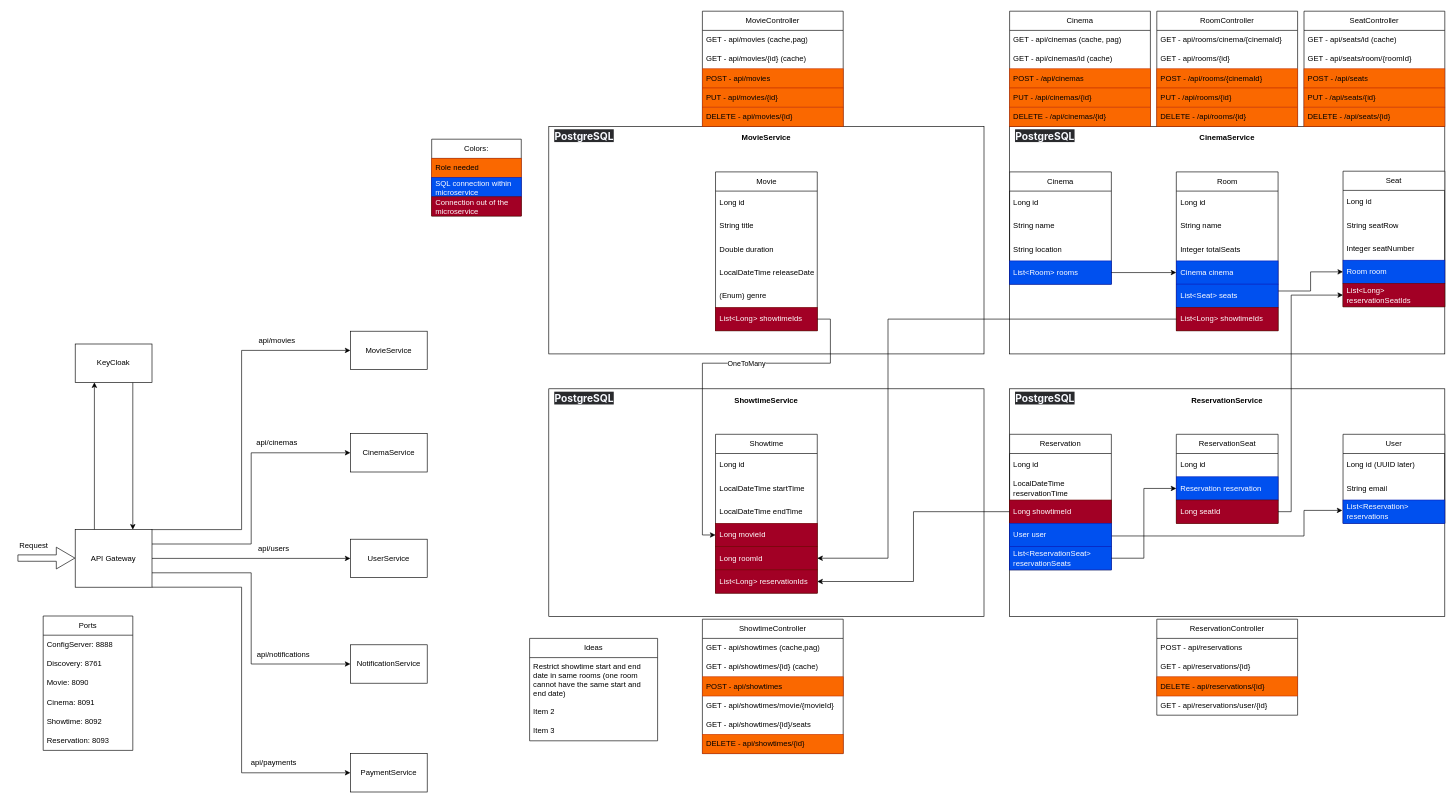
Before: system.drawio in tpoda35/JAVA.PROJECT.MovieReservationSystem, a draw.io diagram. Source tidied: cells renumbered, new cells numbered last; positions are measured from the earlier drawing's top-left corner, leaving out a move shared by most shapes. Both pictures are drawn from the tidied source at 64%, with x=0, y=0 at pixel (11, 11).
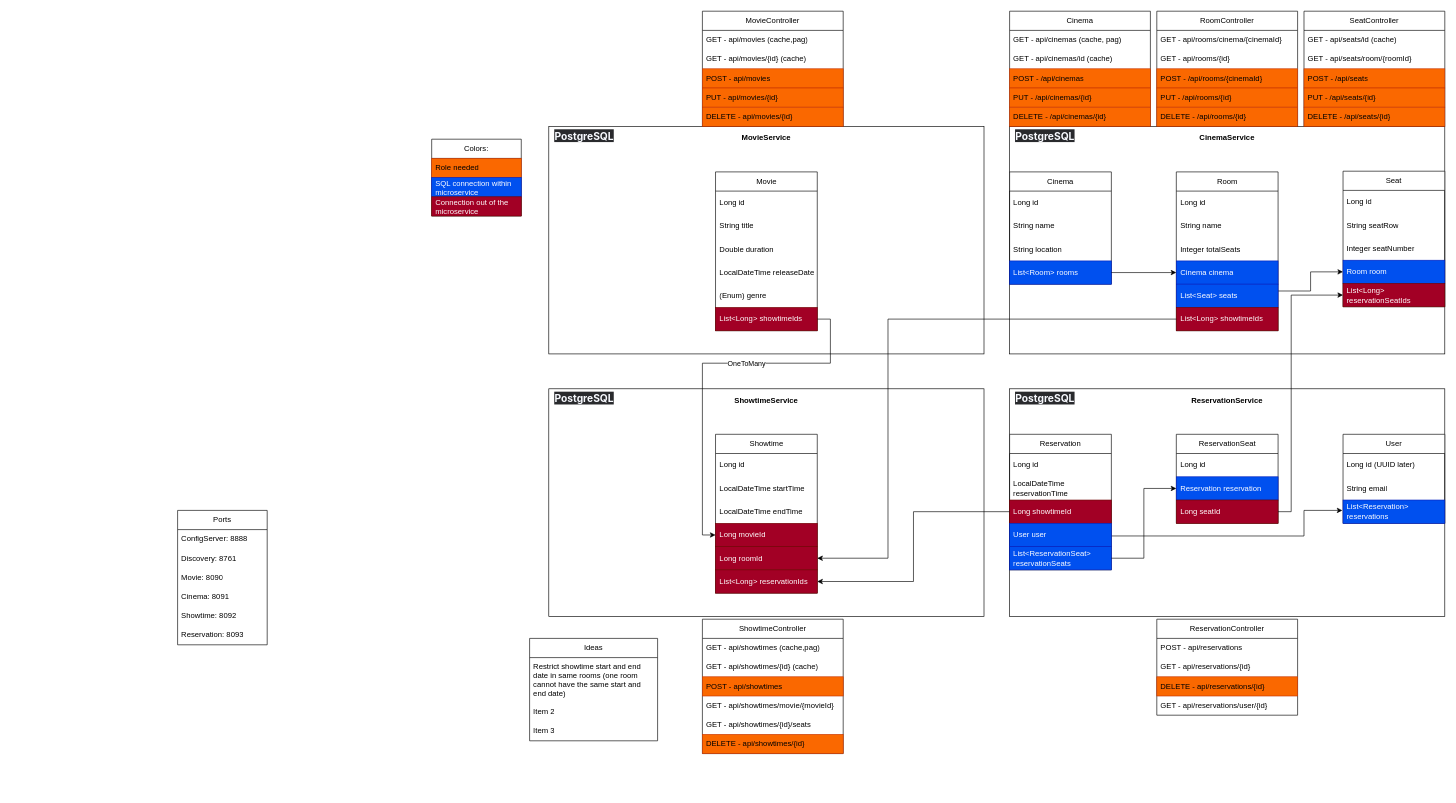
The same diagram, later.

Change to the diagram source:
```diff
@@
-    <mxCell id="2" style="edgeStyle=orthogonalEdgeStyle;rounded=0;jettySize=auto;html=1;exitX=0.75;exitY=1;exitDx=0;exitDy=0;entryX=0.75;entryY=0;entryDx=0;entryDy=0;" parent="1" edge="1" source="3" target="10">
-      <mxGeometry relative="1" as="geometry" />
-    </mxCell>
-    <mxCell id="3" value="KeyCloak" style="rounded=0;whiteSpace=wrap;html=1;" parent="1" vertex="1">
-      <mxGeometry x="100" y="520" width="120" height="60" as="geometry" />
-    </mxCell>
-    <mxCell id="4" style="edgeStyle=orthogonalEdgeStyle;rounded=0;jettySize=auto;html=1;exitX=0.25;exitY=0;exitDx=0;exitDy=0;entryX=0.25;entryY=1;entryDx=0;entryDy=0;" parent="1" edge="1" source="10" target="3">
-      <mxGeometry relative="1" as="geometry" />
-    </mxCell>
-    <mxCell id="5" style="edgeStyle=orthogonalEdgeStyle;rounded=0;jettySize=auto;html=1;exitX=1;exitY=0.25;exitDx=0;exitDy=0;entryX=0;entryY=0.5;entryDx=0;entryDy=0;" parent="1" edge="1" source="10" target="15">
-      <mxGeometry relative="1" as="geometry" />
-    </mxCell>
-    <mxCell id="6" style="edgeStyle=orthogonalEdgeStyle;rounded=0;jettySize=auto;html=1;exitX=1;exitY=0.5;exitDx=0;exitDy=0;entryX=0;entryY=0.5;entryDx=0;entryDy=0;" parent="1" edge="1" source="10" target="17">
-      <mxGeometry relative="1" as="geometry" />
-    </mxCell>
-    <mxCell id="7" style="edgeStyle=orthogonalEdgeStyle;rounded=0;jettySize=auto;html=1;exitX=1;exitY=0.75;exitDx=0;exitDy=0;entryX=0;entryY=0.5;entryDx=0;entryDy=0;" parent="1" edge="1" source="10" target="19">
-      <mxGeometry relative="1" as="geometry" />
-    </mxCell>
-    <mxCell id="8" style="edgeStyle=orthogonalEdgeStyle;rounded=0;jettySize=auto;html=1;exitX=1;exitY=0;exitDx=0;exitDy=0;entryX=0;entryY=0.5;entryDx=0;entryDy=0;" parent="1" edge="1" source="10" target="13">
-      <mxGeometry relative="1" as="geometry">
-        <Array as="points">
-          <mxPoint x="360" y="810" />
-          <mxPoint x="360" y="530" />
-        </Array>
-      </mxGeometry>
-    </mxCell>
-    <mxCell id="9" style="edgeStyle=orthogonalEdgeStyle;rounded=0;jettySize=auto;html=1;exitX=1;exitY=1;exitDx=0;exitDy=0;entryX=0;entryY=0.5;entryDx=0;entryDy=0;" parent="1" edge="1" source="10" target="21">
-      <mxGeometry relative="1" as="geometry">
-        <Array as="points">
-          <mxPoint x="360" y="900" />
-          <mxPoint x="360" y="1190" />
-        </Array>
-      </mxGeometry>
-    </mxCell>
-    <mxCell id="10" value="API Gateway" style="rounded=0;whiteSpace=wrap;html=1;" parent="1" vertex="1">
-      <mxGeometry x="100" y="810" width="120" height="90" as="geometry" />
-    </mxCell>
-    <mxCell id="11" style="shape=flexArrow;endArrow=classic;html=1;rounded=0;width=10;endSize=9.33;endWidth=23;" parent="1" edge="1">
-      <mxGeometry relative="1" as="geometry">
-        <mxPoint x="10" y="854.5" as="sourcePoint" />
-        <mxPoint x="100" y="854.5" as="targetPoint" />
-      </mxGeometry>
-    </mxCell>
-    <mxCell id="12" value="Request" style="text;html=1;align=center;verticalAlign=middle;strokeColor=none;fillColor=none;" parent="1" vertex="1">
-      <mxGeometry y="820" width="70" height="30" as="geometry" />
-    </mxCell>
-    <mxCell id="13" value="MovieService" style="rounded=0;whiteSpace=wrap;html=1;" parent="1" vertex="1">
-      <mxGeometry x="530" y="500" width="120" height="60" as="geometry" />
-    </mxCell>
-    <mxCell id="14" value="api/movies" style="text;html=1;align=center;verticalAlign=middle;strokeColor=none;fillColor=none;" parent="1" vertex="1">
-      <mxGeometry x="375" y="500" width="80" height="30" as="geometry" />
-    </mxCell>
-    <mxCell id="15" value="CinemaService" style="rounded=0;whiteSpace=wrap;html=1;" parent="1" vertex="1">
-      <mxGeometry x="530" y="660" width="120" height="60" as="geometry" />
-    </mxCell>
-    <mxCell id="16" value="api/cinemas" style="text;html=1;align=center;verticalAlign=middle;strokeColor=none;fillColor=none;" parent="1" vertex="1">
-      <mxGeometry x="370" y="660" width="90" height="30" as="geometry" />
-    </mxCell>
-    <mxCell id="17" value="UserService" style="rounded=0;whiteSpace=wrap;html=1;" parent="1" vertex="1">
-      <mxGeometry x="530" y="825" width="120" height="60" as="geometry" />
-    </mxCell>
-    <mxCell id="18" value="api/users" style="text;html=1;align=center;verticalAlign=middle;strokeColor=none;fillColor=none;" parent="1" vertex="1">
-      <mxGeometry x="375" y="825" width="70" height="30" as="geometry" />
-    </mxCell>
-    <mxCell id="19" value="NotificationService" style="rounded=0;whiteSpace=wrap;html=1;" parent="1" vertex="1">
-      <mxGeometry x="530" y="990" width="120" height="60" as="geometry" />
-    </mxCell>
-    <mxCell id="20" value="api/notifications" style="text;html=1;align=center;verticalAlign=middle;strokeColor=none;fillColor=none;" parent="1" vertex="1">
-      <mxGeometry x="370" y="990" width="110" height="30" as="geometry" />
-    </mxCell>
-    <mxCell id="21" value="PaymentService" style="rounded=0;whiteSpace=wrap;html=1;" parent="1" vertex="1">
-      <mxGeometry x="530" y="1160" width="120" height="60" as="geometry" />
-    </mxCell>
-    <mxCell id="22" value="api/payments" style="text;html=1;align=center;verticalAlign=middle;strokeColor=none;fillColor=none;" parent="1" vertex="1">
-      <mxGeometry x="365" y="1160" width="90" height="30" as="geometry" />
-    </mxCell>
     <mxCell id="23" value="Ports" style="swimlane;fontStyle=0;horizontal=1;startSize=30;whiteSpace=wrap;html=1;" parent="1" vertex="1">
-      <mxGeometry x="50" y="945" width="140" height="210" as="geometry" />
+      <mxGeometry x="260" y="780" width="140" height="210" as="geometry" />
     </mxCell>
```
